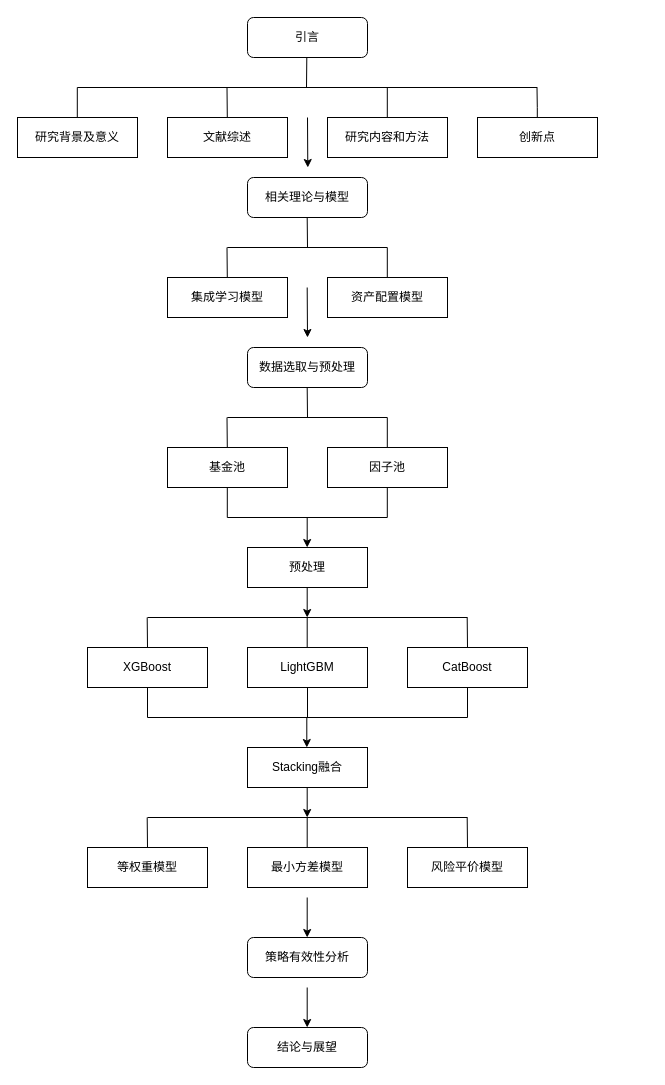
bxf9812/learngit keeps this draw.io diagram as 未命名绘图.drawio. Above is the earlier version. Source tidied: cells renumbered, new cells numbered last; positions are measured from the earlier drawing's top-left corner, leaving out a move shared by most shapes. Both pictures are drawn from the tidied source at 100%, with x=0, y=0 at pixel (17, 17).
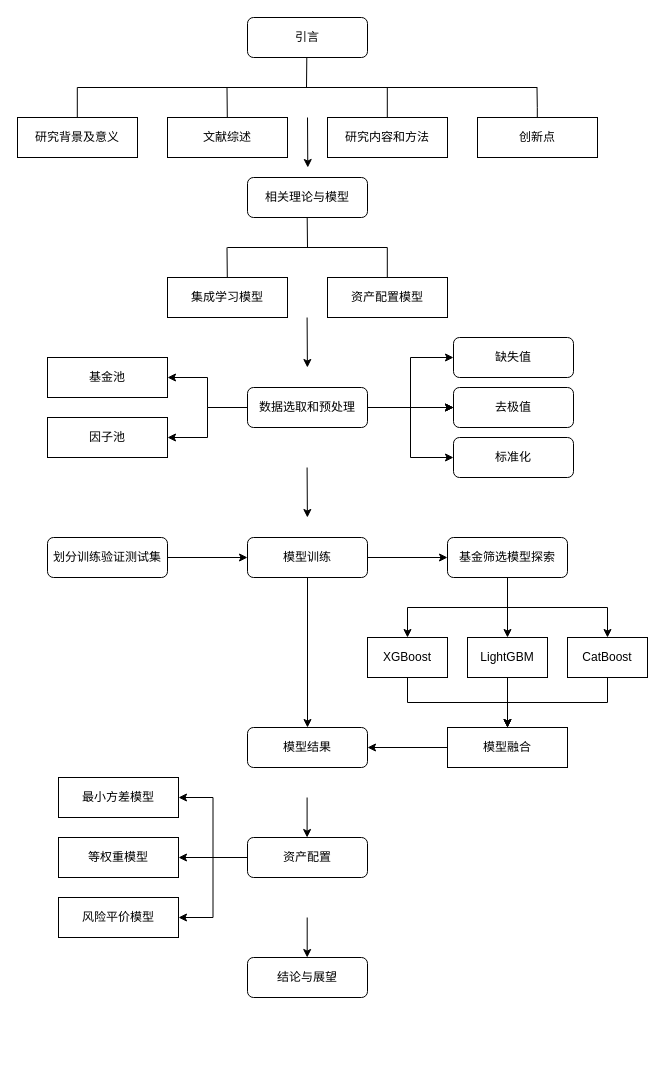
Above is the later version.

Commit message:
更新未命名绘图.drawio

Change to the diagram source:
```diff
@@
     <mxCell id="21" style="endArrow=classic;html=1;rounded=0;" parent="1" edge="1">
       <mxGeometry x="-1" y="10" relative="1" as="geometry">
-        <mxPoint x="289.7" y="270" as="sourcePoint" />
-        <mxPoint x="290" y="320" as="targetPoint" />
+        <mxPoint x="289.6" y="300" as="sourcePoint" />
+        <mxPoint x="289.9" y="350" as="targetPoint" />
         <mxPoint x="-10" y="-10" as="offset" />
       </mxGeometry>
     </mxCell>
+    <mxCell id="61" style="edgeStyle=orthogonalEdgeStyle;rounded=0;jettySize=auto;html=1;" parent="1" edge="1" source="22" target="24">
+      <mxGeometry relative="1" as="geometry" />
+    </mxCell>
+    <mxCell id="62" style="edgeStyle=orthogonalEdgeStyle;rounded=0;jettySize=auto;html=1;entryX=1;entryY=0.5;entryDx=0;entryDy=0;" parent="1" edge="1" source="22" target="25">
+      <mxGeometry relative="1" as="geometry" />
+    </mxCell>
+    <mxCell id="63" style="edgeStyle=orthogonalEdgeStyle;rounded=0;jettySize=auto;html=1;" parent="1" edge="1" source="22" target="72">
+      <mxGeometry relative="1" as="geometry" />
+    </mxCell>
+    <mxCell id="64" style="edgeStyle=orthogonalEdgeStyle;rounded=0;jettySize=auto;html=1;" parent="1" edge="1" source="22" target="72">
+      <mxGeometry relative="1" as="geometry" />
+    </mxCell>
+    <mxCell id="65" style="edgeStyle=orthogonalEdgeStyle;rounded=0;jettySize=auto;html=1;" parent="1" edge="1" source="22" target="72">
+      <mxGeometry relative="1" as="geometry" />
+    </mxCell>
+    <mxCell id="66" style="edgeStyle=orthogonalEdgeStyle;rounded=0;jettySize=auto;html=1;entryX=0;entryY=0.5;entryDx=0;entryDy=0;" parent="1" edge="1" source="22" target="74">
+      <mxGeometry relative="1" as="geometry" />
+    </mxCell>
+    <mxCell id="67" style="edgeStyle=orthogonalEdgeStyle;rounded=0;jettySize=auto;html=1;entryX=0;entryY=0.5;entryDx=0;entryDy=0;" parent="1" edge="1" source="22" target="73">
+      <mxGeometry relative="1" as="geometry" />
+    </mxCell>
-    <mxCell id="22" value="数据选取与预处理" style="rounded=1;whiteSpace=wrap;html=1;fontSize=12;glass=0;strokeWidth=1;shadow=0;" parent="1" vertex="1">
-      <mxGeometry x="230" y="330" width="120" height="40" as="geometry" />
+    <mxCell id="22" value="数据选取和预处理" style="rounded=1;whiteSpace=wrap;html=1;fontSize=12;glass=0;strokeWidth=1;shadow=0;" parent="1" vertex="1">
+      <mxGeometry x="230" y="370" width="120" height="40" as="geometry" />
     </mxCell>
-    <mxCell id="23" style="endArrow=none;html=1;rounded=0;" parent="1" edge="1">
-      <mxGeometry relative="1" as="geometry">
-        <mxPoint x="209.8" y="400" as="sourcePoint" />
-        <mxPoint x="369.8" y="400" as="targetPoint" />
-      </mxGeometry>
-    </mxCell>
     <mxCell id="24" value="基金池" style="rounded=0;whiteSpace=wrap;html=1;" parent="1" vertex="1">
-      <mxGeometry x="150" y="430" width="120" height="40" as="geometry" />
+      <mxGeometry x="30" y="340" width="120" height="40" as="geometry" />
     </mxCell>
     <mxCell id="25" value="因子池" style="rounded=0;whiteSpace=wrap;html=1;" parent="1" vertex="1">
-      <mxGeometry x="310" y="430" width="120" height="40" as="geometry" />
+      <mxGeometry x="30" y="400" width="120" height="40" as="geometry" />
     </mxCell>
-    <mxCell id="26" style="endArrow=none;html=1;rounded=0;" parent="1" edge="1">
-      <mxGeometry x="1" y="292" relative="1" as="geometry">
-        <mxPoint x="369.8" y="430" as="sourcePoint" />
-        <mxPoint x="369.8" y="400" as="targetPoint" />
-        <mxPoint x="22" y="-110" as="offset" />
-      </mxGeometry>
-    </mxCell>
-    <mxCell id="27" style="endArrow=none;html=1;rounded=0;" parent="1" edge="1">
-      <mxGeometry x="1" y="292" relative="1" as="geometry">
-        <mxPoint x="209.8" y="430" as="sourcePoint" />
-        <mxPoint x="209.5" y="400" as="targetPoint" />
-        <mxPoint x="22" y="-110" as="offset" />
-      </mxGeometry>
-    </mxCell>
-    <mxCell id="28" style="endArrow=none;html=1;rounded=0;" parent="1" edge="1">
-      <mxGeometry x="1" y="292" relative="1" as="geometry">
-        <mxPoint x="290" y="400" as="sourcePoint" />
-        <mxPoint x="289.7" y="370" as="targetPoint" />
-        <mxPoint x="22" y="-110" as="offset" />
-      </mxGeometry>
-    </mxCell>
-    <mxCell id="29" style="endArrow=none;html=1;rounded=0;" parent="1" edge="1">
-      <mxGeometry relative="1" as="geometry">
-        <mxPoint x="369.8" y="500" as="sourcePoint" />
-        <mxPoint x="209.8" y="500" as="targetPoint" />
-      </mxGeometry>
-    </mxCell>
-    <mxCell id="30" style="endArrow=none;html=1;rounded=0;" parent="1" edge="1">
-      <mxGeometry x="1" y="292" relative="1" as="geometry">
-        <mxPoint x="209.8" y="470" as="sourcePoint" />
-        <mxPoint x="209.8" y="500" as="targetPoint" />
-        <mxPoint x="22" y="-110" as="offset" />
-      </mxGeometry>
-    </mxCell>
-    <mxCell id="31" style="endArrow=none;html=1;rounded=0;" parent="1" edge="1">
-      <mxGeometry x="1" y="292" relative="1" as="geometry">
-        <mxPoint x="369.8" y="470" as="sourcePoint" />
-        <mxPoint x="369.8" y="500" as="targetPoint" />
-        <mxPoint x="22" y="-110" as="offset" />
-      </mxGeometry>
-    </mxCell>
-    <mxCell id="32" style="endArrow=classic;html=1;rounded=0;" parent="1" edge="1">
-      <mxGeometry relative="1" as="geometry">
-        <mxPoint x="289.7" y="500" as="sourcePoint" />
-        <mxPoint x="289.7" y="530" as="targetPoint" />
-      </mxGeometry>
-    </mxCell>
-    <mxCell id="33" value="预处理" style="rounded=0;whiteSpace=wrap;html=1;" parent="1" vertex="1">
-      <mxGeometry x="230" y="530" width="120" height="40" as="geometry" />
-    </mxCell>
-    <mxCell id="34" style="endArrow=none;html=1;rounded=0;" parent="1" edge="1">
-      <mxGeometry relative="1" as="geometry">
-        <mxPoint x="130" y="600" as="sourcePoint" />
-        <mxPoint x="450" y="600" as="targetPoint" />
-      </mxGeometry>
-    </mxCell>
+    <mxCell id="68" style="edgeStyle=orthogonalEdgeStyle;rounded=0;jettySize=auto;html=1;" parent="1" edge="1" source="35" target="48">
+      <mxGeometry relative="1" as="geometry" />
+    </mxCell>
     <mxCell id="35" value="XGBoost" style="rounded=0;whiteSpace=wrap;html=1;" parent="1" vertex="1">
-      <mxGeometry x="70" y="630" width="120" height="40" as="geometry" />
+      <mxGeometry x="350" y="620" width="80" height="40" as="geometry" />
     </mxCell>
+    <mxCell id="69" style="edgeStyle=orthogonalEdgeStyle;rounded=0;jettySize=auto;html=1;entryX=0.5;entryY=0;entryDx=0;entryDy=0;" parent="1" edge="1" source="36" target="48">
+      <mxGeometry relative="1" as="geometry" />
+    </mxCell>
     <mxCell id="36" value="LightGBM" style="rounded=0;whiteSpace=wrap;html=1;" parent="1" vertex="1">
-      <mxGeometry x="230" y="630" width="120" height="40" as="geometry" />
+      <mxGeometry x="450" y="620" width="80" height="40" as="geometry" />
     </mxCell>
-    <mxCell id="37" style="endArrow=none;html=1;rounded=0;" parent="1" edge="1">
-      <mxGeometry x="1" y="292" relative="1" as="geometry">
-        <mxPoint x="289.7" y="630" as="sourcePoint" />
-        <mxPoint x="289.7" y="600" as="targetPoint" />
-        <mxPoint x="22" y="-110" as="offset" />
-      </mxGeometry>
-    </mxCell>
-    <mxCell id="38" style="endArrow=none;html=1;rounded=0;" parent="1" edge="1">
-      <mxGeometry x="1" y="292" relative="1" as="geometry">
-        <mxPoint x="130" y="630" as="sourcePoint" />
-        <mxPoint x="129.7" y="600" as="targetPoint" />
-        <mxPoint x="22" y="-110" as="offset" />
-      </mxGeometry>
-    </mxCell>
+    <mxCell id="70" style="edgeStyle=orthogonalEdgeStyle;rounded=0;jettySize=auto;html=1;entryX=0.5;entryY=0;entryDx=0;entryDy=0;" parent="1" edge="1" source="39" target="48">
+      <mxGeometry relative="1" as="geometry" />
+    </mxCell>
     <mxCell id="39" value="CatBoost" style="rounded=0;whiteSpace=wrap;html=1;" parent="1" vertex="1">
-      <mxGeometry x="390" y="630" width="120" height="40" as="geometry" />
+      <mxGeometry x="550" y="620" width="80" height="40" as="geometry" />
     </mxCell>
-    <mxCell id="40" style="endArrow=none;html=1;rounded=0;" parent="1" edge="1">
-      <mxGeometry x="1" y="292" relative="1" as="geometry">
-        <mxPoint x="450" y="630" as="sourcePoint" />
-        <mxPoint x="449.7" y="600" as="targetPoint" />
-        <mxPoint x="22" y="-110" as="offset" />
-      </mxGeometry>
-    </mxCell>
-    <mxCell id="41" style="endArrow=classic;html=1;rounded=0;" parent="1" edge="1">
-      <mxGeometry relative="1" as="geometry">
-        <mxPoint x="289.7" y="570" as="sourcePoint" />
-        <mxPoint x="289.7" y="600" as="targetPoint" />
-      </mxGeometry>
-    </mxCell>
-    <mxCell id="42" style="group;" parent="1" vertex="1">
-      <mxGeometry x="130" y="670" width="320" height="60" as="geometry" />
-    </mxCell>
-    <mxCell id="43" style="endArrow=none;html=1;rounded=0;" parent="42" edge="1">
-      <mxGeometry relative="1" as="geometry">
-        <mxPoint x="320" y="30" as="sourcePoint" />
-        <mxPoint y="30" as="targetPoint" />
-      </mxGeometry>
-    </mxCell>
-    <mxCell id="44" style="endArrow=none;html=1;rounded=0;" parent="42" edge="1">
-      <mxGeometry x="1" y="292" relative="1" as="geometry">
-        <mxPoint x="160" as="sourcePoint" />
-        <mxPoint x="160" y="30" as="targetPoint" />
-        <mxPoint x="22" y="-110" as="offset" />
-      </mxGeometry>
-    </mxCell>
-    <mxCell id="45" style="endArrow=none;html=1;rounded=0;" parent="42" edge="1">
-      <mxGeometry x="1" y="292" relative="1" as="geometry">
-        <mxPoint x="320" as="sourcePoint" />
-        <mxPoint x="320" y="30" as="targetPoint" />
-        <mxPoint x="22" y="-110" as="offset" />
-      </mxGeometry>
-    </mxCell>
-    <mxCell id="46" style="endArrow=none;html=1;rounded=0;" parent="42" edge="1">
-      <mxGeometry x="1" y="292" relative="1" as="geometry">
-        <mxPoint as="sourcePoint" />
-        <mxPoint y="30" as="targetPoint" />
-        <mxPoint x="22" y="-110" as="offset" />
-      </mxGeometry>
-    </mxCell>
-    <mxCell id="47" style="endArrow=classic;html=1;rounded=0;" parent="42" edge="1">
-      <mxGeometry relative="1" as="geometry">
-        <mxPoint x="159.3" y="30" as="sourcePoint" />
-        <mxPoint x="159.3" y="60" as="targetPoint" />
-      </mxGeometry>
-    </mxCell>
+    <mxCell id="71" style="edgeStyle=orthogonalEdgeStyle;rounded=0;jettySize=auto;html=1;entryX=1;entryY=0.5;entryDx=0;entryDy=0;" parent="1" edge="1" source="48" target="85">
+      <mxGeometry relative="1" as="geometry" />
+    </mxCell>
-    <mxCell id="48" value="Stacking融合" style="rounded=0;whiteSpace=wrap;html=1;" parent="1" vertex="1">
-      <mxGeometry x="230" y="730" width="120" height="40" as="geometry" />
+    <mxCell id="48" value="模型融合" style="rounded=0;whiteSpace=wrap;html=1;" parent="1" vertex="1">
+      <mxGeometry x="430" y="710" width="120" height="40" as="geometry" />
     </mxCell>
-    <mxCell id="49" style="endArrow=none;html=1;rounded=0;" parent="1" edge="1">
-      <mxGeometry relative="1" as="geometry">
-        <mxPoint x="130" y="800" as="sourcePoint" />
-        <mxPoint x="450" y="800" as="targetPoint" />
-      </mxGeometry>
-    </mxCell>
     <mxCell id="50" value="等权重模型" style="rounded=0;whiteSpace=wrap;html=1;" parent="1" vertex="1">
-      <mxGeometry x="70" y="830" width="120" height="40" as="geometry" />
+      <mxGeometry x="41" y="820" width="120" height="40" as="geometry" />
     </mxCell>
     <mxCell id="51" value="最小方差模型" style="rounded=0;whiteSpace=wrap;html=1;" parent="1" vertex="1">
-      <mxGeometry x="230" y="830" width="120" height="40" as="geometry" />
+      <mxGeometry x="41" y="760" width="120" height="40" as="geometry" />
     </mxCell>
-    <mxCell id="52" style="endArrow=none;html=1;rounded=0;" parent="1" edge="1">
-      <mxGeometry x="1" y="292" relative="1" as="geometry">
-        <mxPoint x="289.7" y="830" as="sourcePoint" />
-        <mxPoint x="289.7" y="800" as="targetPoint" />
-        <mxPoint x="22" y="-110" as="offset" />
-      </mxGeometry>
-    </mxCell>
-    <mxCell id="53" style="endArrow=none;html=1;rounded=0;" parent="1" edge="1">
-      <mxGeometry x="1" y="292" relative="1" as="geometry">
-        <mxPoint x="130" y="830" as="sourcePoint" />
-        <mxPoint x="129.7" y="800" as="targetPoint" />
-        <mxPoint x="22" y="-110" as="offset" />
-      </mxGeometry>
-    </mxCell>
     <mxCell id="54" value="风险平价模型" style="rounded=0;whiteSpace=wrap;html=1;" parent="1" vertex="1">
-      <mxGeometry x="390" y="830" width="120" height="40" as="geometry" />
+      <mxGeometry x="41" y="880" width="120" height="40" as="geometry" />
     </mxCell>
-    <mxCell id="55" style="endArrow=none;html=1;rounded=0;" parent="1" edge="1">
-      <mxGeometry x="1" y="292" relative="1" as="geometry">
-        <mxPoint x="450" y="830" as="sourcePoint" />
-        <mxPoint x="449.7" y="800" as="targetPoint" />
-        <mxPoint x="22" y="-110" as="offset" />
-      </mxGeometry>
-    </mxCell>
-    <mxCell id="56" style="endArrow=classic;html=1;rounded=0;" parent="1" edge="1">
-      <mxGeometry relative="1" as="geometry">
-        <mxPoint x="289.7" y="770" as="sourcePoint" />
-        <mxPoint x="289.7" y="800" as="targetPoint" />
-      </mxGeometry>
-    </mxCell>
-    <mxCell id="57" style="endArrow=classic;html=1;rounded=0;" parent="1" edge="1">
-      <mxGeometry x="-1" y="10" relative="1" as="geometry">
-        <mxPoint x="289.7" y="880" as="sourcePoint" />
-        <mxPoint x="289.7" y="920" as="targetPoint" />
-        <mxPoint x="-10" y="-10" as="offset" />
-      </mxGeometry>
-    </mxCell>
-    <mxCell id="58" value="策略有效性分析" style="rounded=1;whiteSpace=wrap;html=1;fontSize=12;glass=0;strokeWidth=1;shadow=0;" parent="1" vertex="1">
-      <mxGeometry x="230" y="920" width="120" height="40" as="geometry" />
-    </mxCell>
     <mxCell id="59" style="endArrow=classic;html=1;rounded=0;" parent="1" edge="1">
       <mxGeometry x="-1" y="10" relative="1" as="geometry">
-        <mxPoint x="289.7" y="970" as="sourcePoint" />
-        <mxPoint x="289.7" y="1010" as="targetPoint" />
+        <mxPoint x="289.7" y="900" as="sourcePoint" />
+        <mxPoint x="289.7" y="940" as="targetPoint" />
         <mxPoint x="-10" y="-10" as="offset" />
       </mxGeometry>
     </mxCell>
     <mxCell id="60" value="结论与展望" style="rounded=1;whiteSpace=wrap;html=1;fontSize=12;glass=0;strokeWidth=1;shadow=0;" parent="1" vertex="1">
-      <mxGeometry x="230" y="1010" width="120" height="40" as="geometry" />
+      <mxGeometry x="230" y="940" width="120" height="40" as="geometry" />
     </mxCell>
+    <mxCell id="72" value="去极值" style="rounded=1;whiteSpace=wrap;html=1;fontSize=12;glass=0;strokeWidth=1;shadow=0;" parent="1" vertex="1">
+      <mxGeometry x="436" y="370" width="120" height="40" as="geometry" />
+    </mxCell>
+    <mxCell id="73" value="缺失值" style="rounded=1;whiteSpace=wrap;html=1;fontSize=12;glass=0;strokeWidth=1;shadow=0;" parent="1" vertex="1">
+      <mxGeometry x="436" y="320" width="120" height="40" as="geometry" />
+    </mxCell>
+    <mxCell id="74" value="标准化" style="rounded=1;whiteSpace=wrap;html=1;fontSize=12;glass=0;strokeWidth=1;shadow=0;" parent="1" vertex="1">
+      <mxGeometry x="436" y="420" width="120" height="40" as="geometry" />
+    </mxCell>
+    <mxCell id="75" style="endArrow=classic;html=1;rounded=0;" parent="1" edge="1">
+      <mxGeometry x="-1" y="10" relative="1" as="geometry">
+        <mxPoint x="289.6" y="450" as="sourcePoint" />
+        <mxPoint x="289.9" y="500" as="targetPoint" />
+        <mxPoint x="-10" y="-10" as="offset" />
+      </mxGeometry>
+    </mxCell>
+    <mxCell id="76" style="edgeStyle=orthogonalEdgeStyle;rounded=0;jettySize=auto;html=1;" parent="1" edge="1" source="78" target="84">
+      <mxGeometry relative="1" as="geometry" />
+    </mxCell>
+    <mxCell id="77" style="edgeStyle=orthogonalEdgeStyle;rounded=0;jettySize=auto;html=1;exitX=0.5;exitY=1;exitDx=0;exitDy=0;" parent="1" edge="1" source="78" target="85">
+      <mxGeometry relative="1" as="geometry" />
+    </mxCell>
+    <mxCell id="78" value="模型训练" style="rounded=1;whiteSpace=wrap;html=1;fontSize=12;glass=0;strokeWidth=1;shadow=0;" parent="1" vertex="1">
+      <mxGeometry x="230" y="520" width="120" height="40" as="geometry" />
+    </mxCell>
+    <mxCell id="79" style="edgeStyle=orthogonalEdgeStyle;rounded=0;jettySize=auto;html=1;entryX=0;entryY=0.5;entryDx=0;entryDy=0;" parent="1" edge="1" source="80" target="78">
+      <mxGeometry relative="1" as="geometry" />
+    </mxCell>
+    <mxCell id="80" value="划分训练验证测试集" style="rounded=1;whiteSpace=wrap;html=1;fontSize=12;glass=0;strokeWidth=1;shadow=0;" parent="1" vertex="1">
+      <mxGeometry x="30" y="520" width="120" height="40" as="geometry" />
+    </mxCell>
+    <mxCell id="81" style="edgeStyle=orthogonalEdgeStyle;rounded=0;jettySize=auto;html=1;entryX=0.5;entryY=0;entryDx=0;entryDy=0;" parent="1" edge="1" source="84" target="35">
+      <mxGeometry relative="1" as="geometry" />
+    </mxCell>
+    <mxCell id="82" style="edgeStyle=orthogonalEdgeStyle;rounded=0;jettySize=auto;html=1;entryX=0.5;entryY=0;entryDx=0;entryDy=0;" parent="1" edge="1" source="84" target="36">
+      <mxGeometry relative="1" as="geometry" />
+    </mxCell>
+    <mxCell id="83" style="edgeStyle=orthogonalEdgeStyle;rounded=0;jettySize=auto;html=1;" parent="1" edge="1" source="84" target="39">
+      <mxGeometry relative="1" as="geometry" />
+    </mxCell>
+    <mxCell id="84" value="基金筛选模型探索" style="rounded=1;whiteSpace=wrap;html=1;fontSize=12;glass=0;strokeWidth=1;shadow=0;" parent="1" vertex="1">
+      <mxGeometry x="430" y="520" width="120" height="40" as="geometry" />
+    </mxCell>
+    <mxCell id="85" value="模型结果" style="rounded=1;whiteSpace=wrap;html=1;fontSize=12;glass=0;strokeWidth=1;shadow=0;" parent="1" vertex="1">
+      <mxGeometry x="230" y="710" width="120" height="40" as="geometry" />
+    </mxCell>
+    <mxCell id="86" style="edgeStyle=orthogonalEdgeStyle;rounded=0;jettySize=auto;html=1;entryX=1;entryY=0.5;entryDx=0;entryDy=0;" parent="1" edge="1" source="89" target="51">
+      <mxGeometry relative="1" as="geometry" />
+    </mxCell>
+    <mxCell id="87" style="edgeStyle=orthogonalEdgeStyle;rounded=0;jettySize=auto;html=1;entryX=1;entryY=0.5;entryDx=0;entryDy=0;" parent="1" edge="1" source="89" target="50">
+      <mxGeometry relative="1" as="geometry" />
+    </mxCell>
+    <mxCell id="88" style="edgeStyle=orthogonalEdgeStyle;rounded=0;jettySize=auto;html=1;entryX=1;entryY=0.5;entryDx=0;entryDy=0;" parent="1" edge="1" source="89" target="54">
+      <mxGeometry relative="1" as="geometry" />
+    </mxCell>
+    <mxCell id="89" value="资产配置" style="rounded=1;whiteSpace=wrap;html=1;fontSize=12;glass=0;strokeWidth=1;shadow=0;" parent="1" vertex="1">
+      <mxGeometry x="230" y="820" width="120" height="40" as="geometry" />
+    </mxCell>
+    <mxCell id="90" style="endArrow=classic;html=1;rounded=0;" parent="1" edge="1">
+      <mxGeometry x="-1" y="10" relative="1" as="geometry">
+        <mxPoint x="289.6" y="780" as="sourcePoint" />
+        <mxPoint x="289.6" y="820" as="targetPoint" />
+        <mxPoint x="-10" y="-10" as="offset" />
+      </mxGeometry>
+    </mxCell>
```
